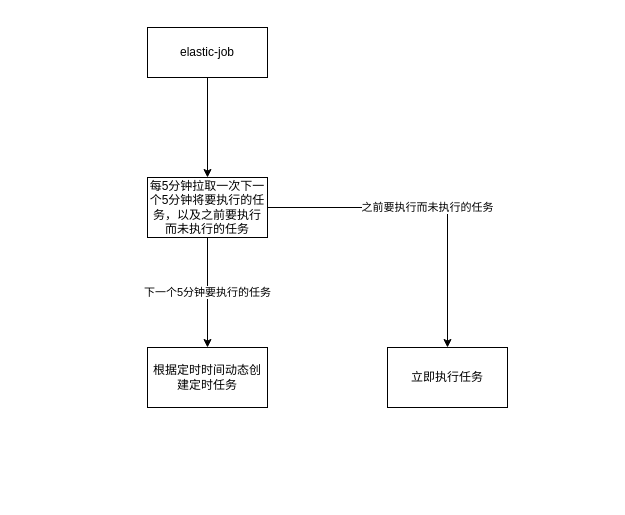
This is Untitled Diagram.drawio from 1363797161/fang, a draw.io file, before an edit. Source tidied: cells renumbered, new cells numbered last; positions are measured from the earlier drawing's top-left corner, leaving out a move shared by most shapes. Both pictures are drawn from the tidied source at 100%, with x=0, y=0 at pixel (147, 27).
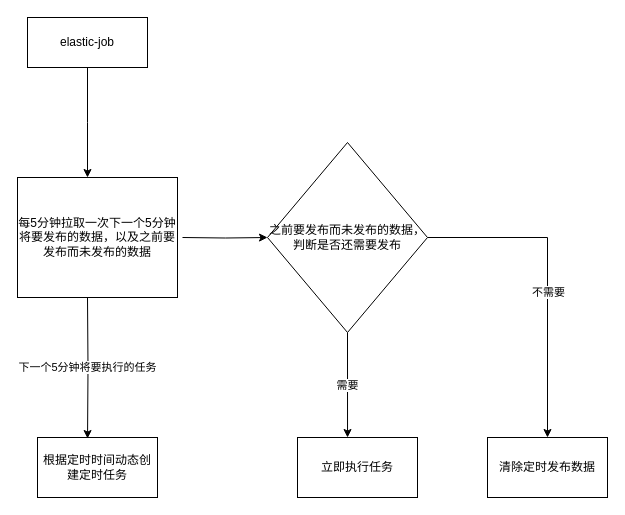
The same diagram, later.

Change to the diagram source:
```diff
@@
 <mxGraphModel>
   <root>
     <mxCell id="0" />
     <mxCell id="1" parent="0" />
-    <mxCell id="2" style="edgeStyle=orthogonalEdgeStyle;rounded=0;jettySize=auto;html=1;entryX=0.5;entryY=0;entryDx=0;entryDy=0;" parent="1" edge="1" source="3" target="6">
-      <mxGeometry relative="1" as="geometry" />
-    </mxCell>
+    <mxCell id="9" style="edgeStyle=orthogonalEdgeStyle;rounded=0;jettySize=auto;html=1;entryX=0.5;entryY=0;entryDx=0;entryDy=0;" parent="1" edge="1" source="3">
+      <mxGeometry relative="1" as="geometry">
+        <mxPoint x="-60" y="150" as="targetPoint" />
+      </mxGeometry>
+    </mxCell>
     <mxCell id="3" value="elastic-job" style="rounded=0;whiteSpace=wrap;html=1;" parent="1" vertex="1">
-      <mxGeometry width="120" height="50" as="geometry" />
+      <mxGeometry x="-120" y="-10" width="120" height="50" as="geometry" />
     </mxCell>
-    <mxCell id="4" value="下一个5分钟要执行的任务" style="edgeStyle=orthogonalEdgeStyle;rounded=0;jettySize=auto;html=1;exitX=0.5;exitY=1;exitDx=0;exitDy=0;entryX=0.5;entryY=0;entryDx=0;entryDy=0;" parent="1" edge="1" source="6" target="7">
-      <mxGeometry relative="1" as="geometry" />
-    </mxCell>
-    <mxCell id="5" value="之前要执行而未执行的任务" style="edgeStyle=orthogonalEdgeStyle;rounded=0;jettySize=auto;html=1;exitX=1;exitY=0.5;exitDx=0;exitDy=0;entryX=0.5;entryY=0;entryDx=0;entryDy=0;" parent="1" edge="1" source="6" target="8">
-      <mxGeometry relative="1" as="geometry" />
-    </mxCell>
-    <mxCell id="6" value="每5分钟拉取一次下一个5分钟将要执行的任务，以及之前要执行而未执行的任务" style="rounded=0;whiteSpace=wrap;html=1;" parent="1" vertex="1">
-      <mxGeometry y="150" width="120" height="60" as="geometry" />
-    </mxCell>
     <mxCell id="7" value="根据定时时间动态创建定时任务" style="rounded=0;whiteSpace=wrap;html=1;" parent="1" vertex="1">
-      <mxGeometry y="320" width="120" height="60" as="geometry" />
+      <mxGeometry x="-110" y="410" width="120" height="60" as="geometry" />
     </mxCell>
     <mxCell id="8" value="立即执行任务" style="rounded=0;whiteSpace=wrap;html=1;" parent="1" vertex="1">
-      <mxGeometry x="240" y="320" width="120" height="60" as="geometry" />
+      <mxGeometry x="150" y="410" width="120" height="60" as="geometry" />
     </mxCell>
+    <mxCell id="10" value="下一个5分钟将要执行的任务" style="edgeStyle=orthogonalEdgeStyle;rounded=0;jettySize=auto;html=1;exitX=0.5;exitY=1;exitDx=0;exitDy=0;entryX=0.417;entryY=0.017;entryDx=0;entryDy=0;entryPerimeter=0;" parent="1" edge="1" target="7">
+      <mxGeometry relative="1" as="geometry">
+        <mxPoint x="-60" y="270" as="sourcePoint" />
+      </mxGeometry>
+    </mxCell>
+    <mxCell id="11" style="edgeStyle=orthogonalEdgeStyle;rounded=0;jettySize=auto;html=1;exitX=1;exitY=0.5;exitDx=0;exitDy=0;entryX=0;entryY=0.5;entryDx=0;entryDy=0;" parent="1" edge="1" target="15">
+      <mxGeometry relative="1" as="geometry">
+        <mxPoint x="35" y="210" as="sourcePoint" />
+      </mxGeometry>
+    </mxCell>
+    <mxCell id="12" style="edgeStyle=orthogonalEdgeStyle;rounded=0;jettySize=auto;html=1;exitX=1;exitY=0.5;exitDx=0;exitDy=0;" parent="1" edge="1" source="15" target="16">
+      <mxGeometry relative="1" as="geometry" />
+    </mxCell>
+    <mxCell id="13" value="不需要" style="edgeLabel;html=1;align=center;verticalAlign=middle;" parent="12" vertex="1">
+      <mxGeometry x="0.09" relative="1" as="geometry" />
+    </mxCell>
+    <mxCell id="14" value="需要" style="edgeStyle=orthogonalEdgeStyle;rounded=0;jettySize=auto;html=1;exitX=0.5;exitY=1;exitDx=0;exitDy=0;entryX=0.417;entryY=0;entryDx=0;entryDy=0;entryPerimeter=0;" parent="1" edge="1" source="15" target="8">
+      <mxGeometry relative="1" as="geometry" />
+    </mxCell>
+    <mxCell id="15" value="之前要发布而未发布的数据，判断是否还需要发布" style="rhombus;whiteSpace=wrap;html=1;" parent="1" vertex="1">
+      <mxGeometry x="120" y="115" width="160" height="190" as="geometry" />
+    </mxCell>
+    <mxCell id="16" value="清除定时发布数据" style="rounded=0;whiteSpace=wrap;html=1;" parent="1" vertex="1">
+      <mxGeometry x="340" y="410" width="120" height="60" as="geometry" />
+    </mxCell>
+    <mxCell id="17" value="每5分钟拉取一次下一个5分钟将要发布的数据，以及之前要发布而未发布的数据" style="rounded=0;whiteSpace=wrap;html=1;" parent="1" vertex="1">
+      <mxGeometry x="-130" y="150" width="160" height="120" as="geometry" />
+    </mxCell>
   </root>
 </mxGraphModel>
```
